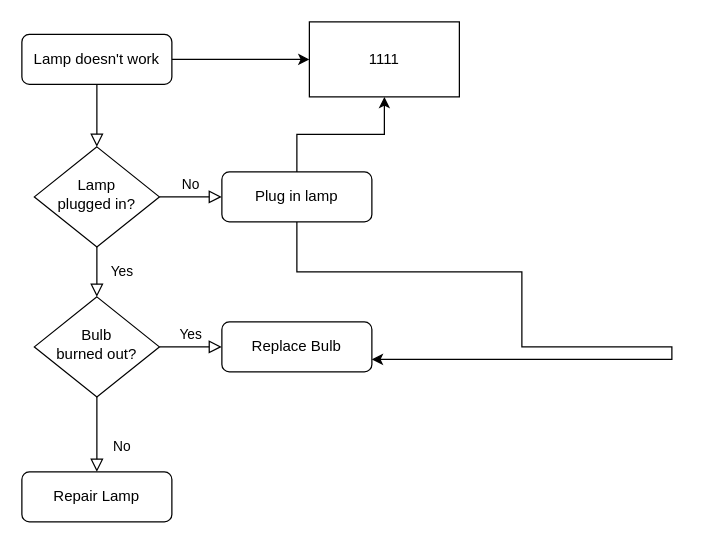
duxiaozui/dong keeps this draw.io diagram as 未命名绘图.drawio. Above is the earlier version. Source tidied: cells renumbered, new cells numbered last; positions are measured from the earlier drawing's top-left corner, leaving out a move shared by most shapes. Both pictures are drawn from the tidied source at 125%, with x=0, y=0 at pixel (21, 21).
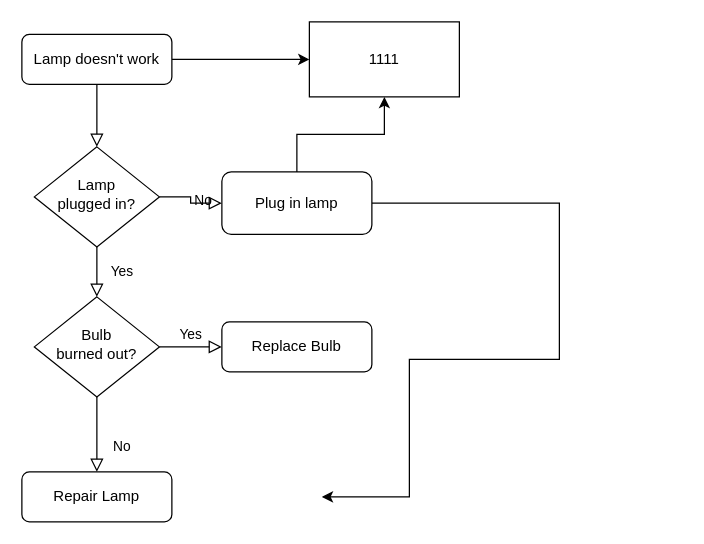
The same diagram, later.

Change to the diagram source:
```diff
@@
 <mxGraphModel>
   <root>
     <mxCell id="0" />
     <mxCell id="1" parent="0" />
     <mxCell id="2" style="rounded=0;html=1;jettySize=auto;fontSize=11;endArrow=block;endFill=0;endSize=8;strokeWidth=1;shadow=0;labelBackgroundColor=none;edgeStyle=orthogonalEdgeStyle;" parent="1" edge="1" source="4" target="7">
       <mxGeometry relative="1" as="geometry" />
     </mxCell>
     <mxCell id="3" style="edgeStyle=orthogonalEdgeStyle;rounded=0;jettySize=auto;html=1;" parent="1" edge="1" source="4" target="16">
       <mxGeometry relative="1" as="geometry" />
     </mxCell>
     <mxCell id="4" value="Lamp doesn't work" style="rounded=1;whiteSpace=wrap;html=1;fontSize=12;glass=0;strokeWidth=1;shadow=0;" parent="1" vertex="1">
       <mxGeometry y="10" width="120" height="40" as="geometry" />
     </mxCell>
     <mxCell id="5" value="Yes" style="rounded=0;html=1;jettySize=auto;fontSize=11;endArrow=block;endFill=0;endSize=8;strokeWidth=1;shadow=0;labelBackgroundColor=none;edgeStyle=orthogonalEdgeStyle;" parent="1" edge="1" source="7" target="13">
       <mxGeometry y="20" relative="1" as="geometry" />
     </mxCell>
     <mxCell id="6" value="No" style="edgeStyle=orthogonalEdgeStyle;rounded=0;html=1;jettySize=auto;fontSize=11;endArrow=block;endFill=0;endSize=8;strokeWidth=1;shadow=0;labelBackgroundColor=none;" parent="1" edge="1" source="7" target="10">
       <mxGeometry y="10" relative="1" as="geometry" />
     </mxCell>
     <mxCell id="7" value="Lamp&lt;br&gt;plugged in?" style="rhombus;whiteSpace=wrap;html=1;shadow=0;fontFamily=Helvetica;fontSize=12;align=center;strokeWidth=1;spacing=6;spacingTop=-4;" parent="1" vertex="1">
       <mxGeometry x="10" y="100" width="100" height="80" as="geometry" />
     </mxCell>
     <mxCell id="8" style="edgeStyle=orthogonalEdgeStyle;rounded=0;jettySize=auto;html=1;entryX=0.5;entryY=1;entryDx=0;entryDy=0;" parent="1" edge="1" source="10" target="16">
       <mxGeometry relative="1" as="geometry" />
     </mxCell>
-    <mxCell id="9" style="edgeStyle=orthogonalEdgeStyle;rounded=0;jettySize=auto;html=1;entryX=1;entryY=0.75;entryDx=0;entryDy=0;" parent="1" edge="1" source="10" target="15">
+    <mxCell id="9" style="edgeStyle=orthogonalEdgeStyle;rounded=0;jettySize=auto;html=1;" parent="1" edge="1" source="10">
       <mxGeometry relative="1" as="geometry">
+        <mxPoint x="240" y="380" as="targetPoint" />
         <Array as="points">
-          <mxPoint x="220" y="200" />
-          <mxPoint x="400" y="200" />
-          <mxPoint x="400" y="260" />
-          <mxPoint x="520" y="260" />
-          <mxPoint x="520" y="270" />
+          <mxPoint x="430" y="145" />
+          <mxPoint x="430" y="270" />
+          <mxPoint x="310" y="270" />
+          <mxPoint x="310" y="380" />
         </Array>
       </mxGeometry>
     </mxCell>
     <mxCell id="10" value="Plug in lamp" style="rounded=1;whiteSpace=wrap;html=1;fontSize=12;glass=0;strokeWidth=1;shadow=0;" parent="1" vertex="1">
-      <mxGeometry x="160" y="120" width="120" height="40" as="geometry" />
+      <mxGeometry x="160" y="120" width="120" height="50" as="geometry" />
     </mxCell>
     <mxCell id="11" value="No" style="rounded=0;html=1;jettySize=auto;fontSize=11;endArrow=block;endFill=0;endSize=8;strokeWidth=1;shadow=0;labelBackgroundColor=none;edgeStyle=orthogonalEdgeStyle;" parent="1" edge="1" source="13" target="14">
       <mxGeometry x="0.33" y="20" relative="1" as="geometry" />
     </mxCell>
     <mxCell id="12" value="Yes" style="edgeStyle=orthogonalEdgeStyle;rounded=0;html=1;jettySize=auto;fontSize=11;endArrow=block;endFill=0;endSize=8;strokeWidth=1;shadow=0;labelBackgroundColor=none;" parent="1" edge="1" source="13" target="15">
       <mxGeometry y="10" relative="1" as="geometry" />
     </mxCell>
     <mxCell id="13" value="Bulb&lt;br&gt;burned out?" style="rhombus;whiteSpace=wrap;html=1;shadow=0;fontFamily=Helvetica;fontSize=12;align=center;strokeWidth=1;spacing=6;spacingTop=-4;" parent="1" vertex="1">
       <mxGeometry x="10" y="220" width="100" height="80" as="geometry" />
     </mxCell>
     <mxCell id="14" value="Repair Lamp" style="rounded=1;whiteSpace=wrap;html=1;fontSize=12;glass=0;strokeWidth=1;shadow=0;" parent="1" vertex="1">
       <mxGeometry y="360" width="120" height="40" as="geometry" />
     </mxCell>
     <mxCell id="15" value="Replace Bulb" style="rounded=1;whiteSpace=wrap;html=1;fontSize=12;glass=0;strokeWidth=1;shadow=0;" parent="1" vertex="1">
       <mxGeometry x="160" y="240" width="120" height="40" as="geometry" />
     </mxCell>
     <mxCell id="16" value="1111" style="rounded=0;whiteSpace=wrap;html=1;" parent="1" vertex="1">
       <mxGeometry x="230" width="120" height="60" as="geometry" />
     </mxCell>
   </root>
 </mxGraphModel>
```
